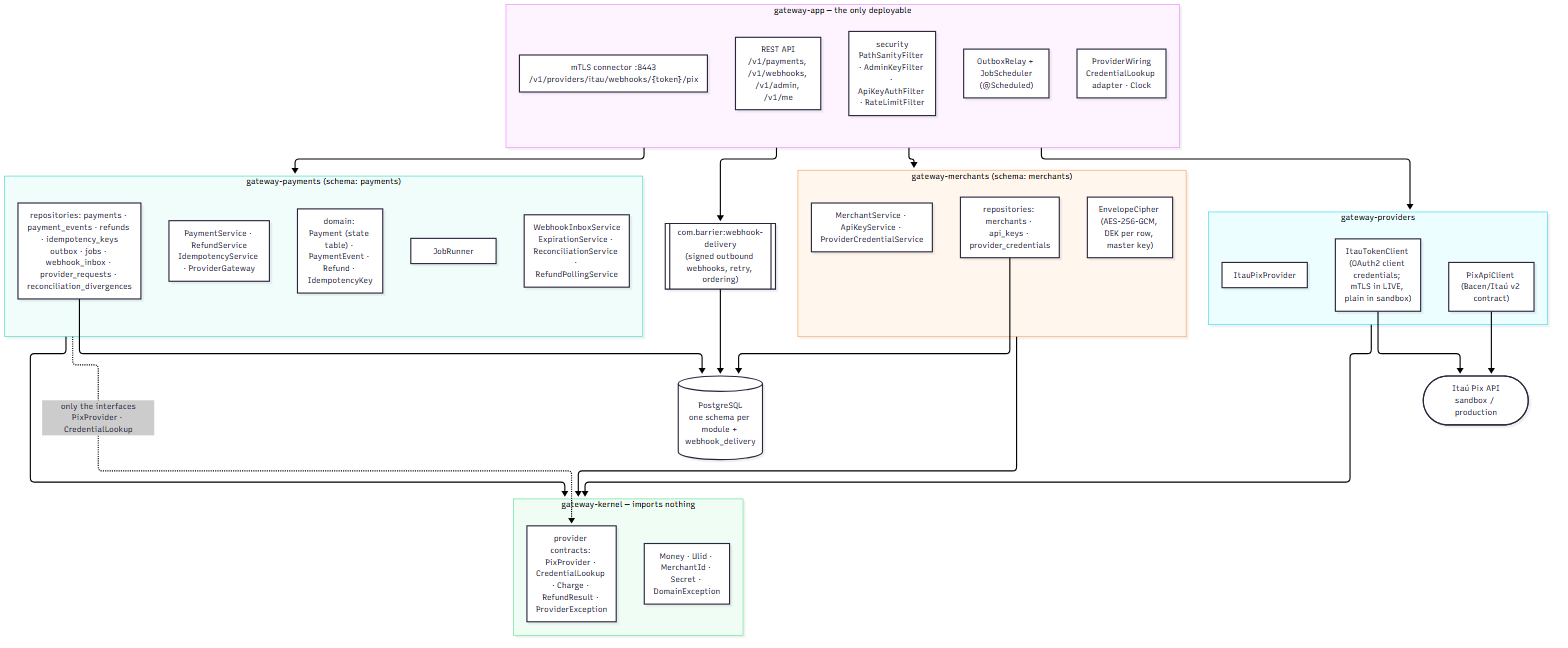
The Mermaid diagram docs/diagrams/modules.png in leonardolermen/payment-gateway, before a commit. Its source is kept beside it as docs/diagrams/modules.mmd.
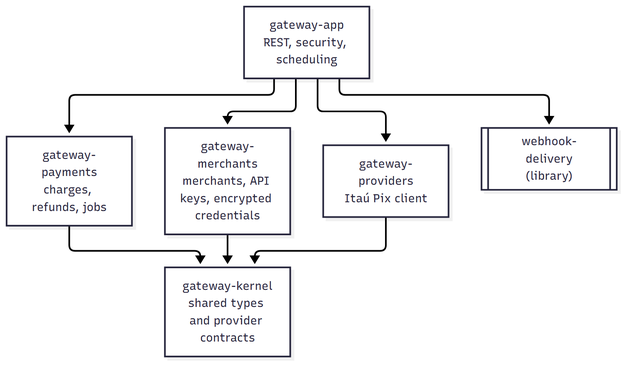
Later version of the same file.

What changed in the source:
```diff
@@ -1,51 +1,15 @@
 flowchart TB
-  subgraph app["gateway-app — the only deployable"]
-    REST["REST API<br/>/v1/payments, /v1/webhooks, /v1/admin, /v1/me"]
-    SEC["security<br/>PathSanityFilter · AdminKeyFilter · ApiKeyAuthFilter · RateLimitFilter"]
-    MTLS["mTLS connector :8443<br/>/v1/providers/itau/webhooks/{token}/pix"]
-    RELAY["OutboxRelay + JobScheduler<br/>(@Scheduled)"]
-    WIRING["ProviderWiring<br/>CredentialLookup adapter · Clock"]
-  end
+  APP["gateway-app<br/>REST, security, scheduling"]
+  PAY["gateway-payments<br/>charges, refunds, jobs"]
+  MER["gateway-merchants<br/>merchants, API keys, encrypted credentials"]
+  PROV["gateway-providers<br/>Itaú Pix client"]
+  KER["gateway-kernel<br/>shared types and provider contracts"]
+  WD[["webhook-delivery<br/>(library)"]]
 
-  subgraph payments["gateway-payments (schema: payments)"]
-    PS["PaymentService · RefundService<br/>IdempotencyService · ProviderGateway"]
-    WI["WebhookInboxService<br/>ExpirationService · ReconciliationService · RefundPollingService"]
-    JR["JobRunner"]
-    PD["domain: Payment (state table) · PaymentEvent · Refund · IdempotencyKey"]
-    PR["repositories: payments · payment_events · refunds · idempotency_keys<br/>outbox · jobs · webhook_inbox · provider_requests · reconciliation_divergences"]
-  end
-
-  subgraph merchants["gateway-merchants (schema: merchants)"]
-    MS["MerchantService · ApiKeyService · ProviderCredentialService"]
-    ENV["EnvelopeCipher (AES-256-GCM, DEK per row, master key)"]
-    MR["repositories: merchants · api_keys · provider_credentials"]
-  end
-
-  subgraph providers["gateway-providers"]
-    IP["ItauPixProvider"]
-    PAC["PixApiClient (Bacen/Itaú v2 contract)"]
-    TOK["ItauTokenClient (OAuth2 client credentials; mTLS in LIVE, plain in sandbox)"]
-  end
-
-  subgraph kernel["gateway-kernel — imports nothing"]
-    K1["Money · Ulid · MerchantId · Secret · DomainException"]
-    K2["provider contracts: PixProvider · CredentialLookup · Charge · RefundResult · ProviderException"]
-  end
-
-  WD[["com.barrier:webhook-delivery<br/>(signed outbound webhooks, retry, ordering)"]]
-  PG[("PostgreSQL<br/>one schema per module + webhook_delivery")]
-  ITAU(["Itaú Pix API<br/>sandbox / production"])
-
-  app --> payments
-  app --> merchants
-  app --> providers
-  app --> WD
-  payments --> kernel
-  merchants --> kernel
-  providers --> kernel
-  payments -. "only the interfaces<br/>PixProvider · CredentialLookup" .-> K2
-  PAC --> ITAU
-  TOK --> ITAU
-  PR --> PG
-  MR --> PG
-  WD --> PG
+  APP --> PAY
+  APP --> MER
+  APP --> PROV
+  APP --> WD
+  PAY --> KER
+  MER --> KER
+  PROV --> KER
```
